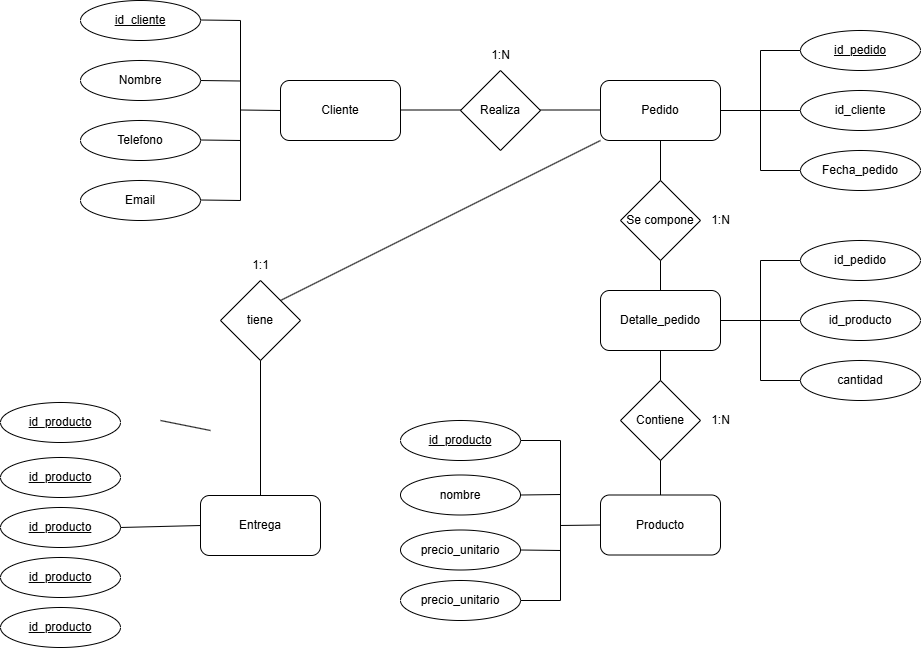
00luchoc/base-de-datos---Luciano-Alcaraz keeps this draw.io diagram as BASE DE DATOS--BY-Julieta---Luciano/imagenes/DER-JustBakes.drawio.png. Above is the earlier version. Source tidied: cells renumbered, new cells last; positions are measured from the earlier drawing's top-left corner, leaving out a move shared by most shapes.
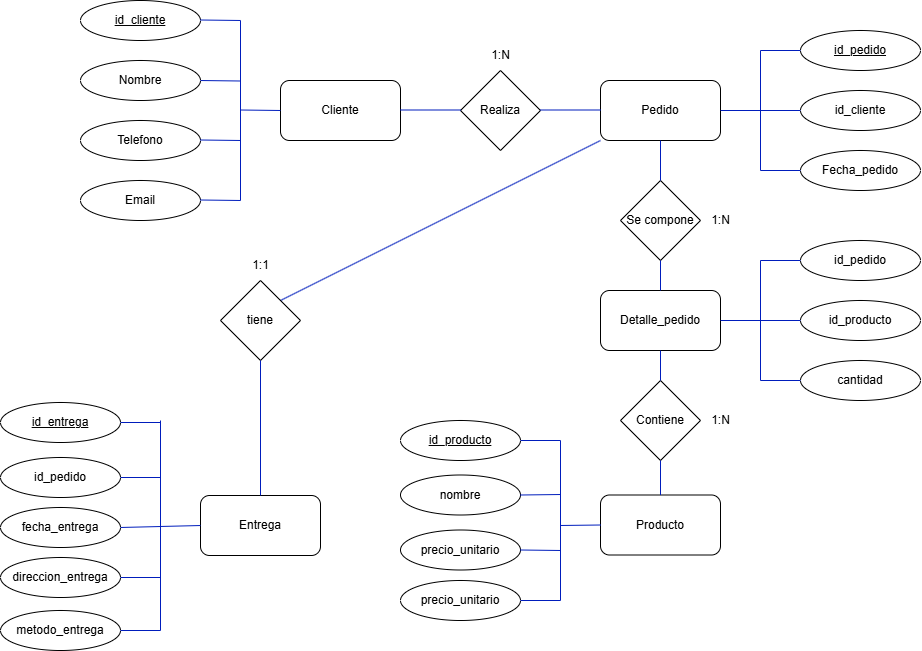
The same file after the commit.

Commit message:
Corregí el grafico DER

What changed in the source:
```diff
@@ -17,19 +17,19 @@
     <mxCell id="6" value="Realiza" style="rhombus;whiteSpace=wrap;html=1;" parent="1" vertex="1">
       <mxGeometry x="460" y="70" width="80" height="80" as="geometry" />
     </mxCell>
-    <mxCell id="7" style="endArrow=none;html=1;rounded=0;" parent="1" edge="1">
+    <mxCell id="7" style="endArrow=none;html=1;rounded=0;fillColor=#0050ef;strokeColor=#001DBC;" parent="1" edge="1">
       <mxGeometry relative="1" as="geometry">
         <mxPoint x="400" y="109.5" as="sourcePoint" />
         <mxPoint x="460" y="109.5" as="targetPoint" />
       </mxGeometry>
     </mxCell>
-    <mxCell id="8" style="endArrow=none;html=1;rounded=0;" parent="1" edge="1">
+    <mxCell id="8" style="endArrow=none;html=1;rounded=0;fillColor=#0050ef;strokeColor=#001DBC;" parent="1" edge="1">
       <mxGeometry relative="1" as="geometry">
         <mxPoint x="540" y="109.5" as="sourcePoint" />
         <mxPoint x="600" y="109.5" as="targetPoint" />
       </mxGeometry>
     </mxCell>
-    <mxCell id="9" value="1:N" style="text;html=1;align=center;verticalAlign=middle;strokeColor=none;fillColor=none;" parent="1" vertex="1">
+    <mxCell id="9" value="1:N" style="text;html=1;align=center;verticalAlign=middle;" parent="1" vertex="1">
       <mxGeometry x="480" y="40" width="40" height="30" as="geometry" />
     </mxCell>
     <mxCell id="10" value="&lt;u&gt;id_cliente&lt;/u&gt;" style="ellipse;whiteSpace=wrap;html=1;" parent="1" vertex="1">
@@ -44,37 +44,37 @@
     <mxCell id="13" value="Email" style="ellipse;whiteSpace=wrap;html=1;" parent="1" vertex="1">
       <mxGeometry x="80" y="180" width="120" height="40" as="geometry" />
     </mxCell>
-    <mxCell id="14" style="endArrow=none;html=1;rounded=0;" parent="1" edge="1">
+    <mxCell id="14" style="endArrow=none;html=1;rounded=0;fillColor=#0050ef;strokeColor=#001DBC;" parent="1" edge="1">
       <mxGeometry relative="1" as="geometry">
         <mxPoint x="200" y="199.5" as="sourcePoint" />
         <mxPoint x="240" y="200" as="targetPoint" />
       </mxGeometry>
     </mxCell>
-    <mxCell id="15" style="endArrow=none;html=1;rounded=0;" parent="1" edge="1">
+    <mxCell id="15" style="endArrow=none;html=1;rounded=0;fillColor=#0050ef;strokeColor=#001DBC;" parent="1" edge="1">
       <mxGeometry relative="1" as="geometry">
         <mxPoint x="200" y="139.5" as="sourcePoint" />
         <mxPoint x="240" y="140" as="targetPoint" />
       </mxGeometry>
     </mxCell>
-    <mxCell id="16" style="endArrow=none;html=1;rounded=0;" parent="1" edge="1">
+    <mxCell id="16" style="endArrow=none;html=1;rounded=0;fillColor=#0050ef;strokeColor=#001DBC;" parent="1" edge="1">
       <mxGeometry relative="1" as="geometry">
         <mxPoint x="200" y="80" as="sourcePoint" />
         <mxPoint x="240" y="80.5" as="targetPoint" />
       </mxGeometry>
     </mxCell>
-    <mxCell id="17" style="endArrow=none;html=1;rounded=0;" parent="1" edge="1">
+    <mxCell id="17" style="endArrow=none;html=1;rounded=0;fillColor=#0050ef;strokeColor=#001DBC;" parent="1" edge="1">
       <mxGeometry relative="1" as="geometry">
         <mxPoint x="200" y="19.5" as="sourcePoint" />
         <mxPoint x="240" y="20" as="targetPoint" />
       </mxGeometry>
     </mxCell>
-    <mxCell id="18" style="endArrow=none;html=1;rounded=0;" parent="1" edge="1">
+    <mxCell id="18" style="endArrow=none;html=1;rounded=0;fillColor=#0050ef;strokeColor=#001DBC;" parent="1" edge="1">
       <mxGeometry relative="1" as="geometry">
         <mxPoint x="240" y="109.5" as="sourcePoint" />
         <mxPoint x="280" y="110" as="targetPoint" />
       </mxGeometry>
     </mxCell>
-    <mxCell id="19" style="endArrow=none;html=1;rounded=0;" parent="1" edge="1">
+    <mxCell id="19" style="endArrow=none;html=1;rounded=0;fillColor=#0050ef;strokeColor=#001DBC;" parent="1" edge="1">
       <mxGeometry relative="1" as="geometry">
         <mxPoint x="240" y="200" as="sourcePoint" />
         <mxPoint x="240" y="20" as="targetPoint" />
@@ -89,29 +89,29 @@
     <mxCell id="22" value="Fecha_pedido" style="ellipse;whiteSpace=wrap;html=1;" parent="1" vertex="1">
       <mxGeometry x="800" y="150" width="120" height="40" as="geometry" />
     </mxCell>
-    <mxCell id="23" style="endArrow=none;html=1;rounded=0;entryX=0;entryY=0.5;entryDx=0;entryDy=0;" parent="1" edge="1" target="20">
+    <mxCell id="23" style="endArrow=none;html=1;rounded=0;entryX=0;entryY=0.5;entryDx=0;entryDy=0;fillColor=#0050ef;strokeColor=#001DBC;" parent="1" edge="1" target="20">
       <mxGeometry relative="1" as="geometry">
         <mxPoint x="720" y="110" as="sourcePoint" />
       </mxGeometry>
     </mxCell>
-    <mxCell id="24" style="endArrow=none;html=1;rounded=0;" parent="1" edge="1">
+    <mxCell id="24" style="endArrow=none;html=1;rounded=0;fillColor=#0050ef;strokeColor=#001DBC;" parent="1" edge="1">
       <mxGeometry relative="1" as="geometry">
         <mxPoint x="760" y="110" as="sourcePoint" />
         <mxPoint x="760" y="50" as="targetPoint" />
       </mxGeometry>
     </mxCell>
-    <mxCell id="25" style="endArrow=none;html=1;rounded=0;entryX=0;entryY=0.5;entryDx=0;entryDy=0;" parent="1" edge="1" target="21">
+    <mxCell id="25" style="endArrow=none;html=1;rounded=0;entryX=0;entryY=0.5;entryDx=0;entryDy=0;fillColor=#0050ef;strokeColor=#001DBC;" parent="1" edge="1" target="21">
       <mxGeometry relative="1" as="geometry">
         <mxPoint x="760" y="50" as="sourcePoint" />
       </mxGeometry>
     </mxCell>
-    <mxCell id="26" style="endArrow=none;html=1;rounded=0;" parent="1" edge="1">
+    <mxCell id="26" style="endArrow=none;html=1;rounded=0;fillColor=#0050ef;strokeColor=#001DBC;" parent="1" edge="1">
       <mxGeometry relative="1" as="geometry">
         <mxPoint x="760" y="170" as="sourcePoint" />
         <mxPoint x="760" y="110" as="targetPoint" />
       </mxGeometry>
     </mxCell>
-    <mxCell id="27" style="endArrow=none;html=1;rounded=0;exitX=0;exitY=0.5;exitDx=0;exitDy=0;" parent="1" edge="1" source="22">
+    <mxCell id="27" style="endArrow=none;html=1;rounded=0;exitX=0;exitY=0.5;exitDx=0;exitDy=0;fillColor=#0050ef;strokeColor=#001DBC;" parent="1" edge="1" source="22">
       <mxGeometry relative="1" as="geometry">
         <mxPoint x="760" y="170" as="targetPoint" />
       </mxGeometry>
@@ -125,22 +125,22 @@
     <mxCell id="30" value="Contiene" style="rhombus;whiteSpace=wrap;html=1;" parent="1" vertex="1">
       <mxGeometry x="620" y="380" width="80" height="80" as="geometry" />
     </mxCell>
-    <mxCell id="31" style="endArrow=none;html=1;rounded=0;entryX=0.5;entryY=1;entryDx=0;entryDy=0;exitX=0.5;exitY=0;exitDx=0;exitDy=0;" parent="1" edge="1" source="30" target="29">
+    <mxCell id="31" style="endArrow=none;html=1;rounded=0;entryX=0.5;entryY=1;entryDx=0;entryDy=0;exitX=0.5;exitY=0;exitDx=0;exitDy=0;fillColor=#0050ef;strokeColor=#001DBC;" parent="1" edge="1" source="30" target="29">
       <mxGeometry relative="1" as="geometry" />
     </mxCell>
-    <mxCell id="32" style="endArrow=none;html=1;rounded=0;entryX=0.5;entryY=0;entryDx=0;entryDy=0;exitX=0.5;exitY=1;exitDx=0;exitDy=0;" parent="1" edge="1" source="30" target="5">
+    <mxCell id="32" style="endArrow=none;html=1;rounded=0;entryX=0.5;entryY=0;entryDx=0;entryDy=0;exitX=0.5;exitY=1;exitDx=0;exitDy=0;fillColor=#0050ef;strokeColor=#001DBC;" parent="1" edge="1" source="30" target="5">
       <mxGeometry relative="1" as="geometry" />
     </mxCell>
-    <mxCell id="33" style="endArrow=none;html=1;rounded=0;entryX=0.5;entryY=1;entryDx=0;entryDy=0;exitX=0.5;exitY=0;exitDx=0;exitDy=0;" parent="1" edge="1" source="29" target="28">
+    <mxCell id="33" style="endArrow=none;html=1;rounded=0;entryX=0.5;entryY=1;entryDx=0;entryDy=0;exitX=0.5;exitY=0;exitDx=0;exitDy=0;fillColor=#0050ef;strokeColor=#001DBC;" parent="1" edge="1" source="29" target="28">
       <mxGeometry relative="1" as="geometry" />
     </mxCell>
-    <mxCell id="34" style="endArrow=none;html=1;rounded=0;entryX=0.5;entryY=1;entryDx=0;entryDy=0;exitX=0.5;exitY=0;exitDx=0;exitDy=0;" parent="1" edge="1" source="28" target="3">
+    <mxCell id="34" style="endArrow=none;html=1;rounded=0;entryX=0.5;entryY=1;entryDx=0;entryDy=0;exitX=0.5;exitY=0;exitDx=0;exitDy=0;fillColor=#0050ef;strokeColor=#001DBC;" parent="1" edge="1" source="28" target="3">
       <mxGeometry relative="1" as="geometry" />
     </mxCell>
-    <mxCell id="35" value="1:N" style="text;html=1;align=center;verticalAlign=middle;strokeColor=none;fillColor=none;" parent="1" vertex="1">
+    <mxCell id="35" value="1:N" style="text;html=1;align=center;verticalAlign=middle;" parent="1" vertex="1">
       <mxGeometry x="700" y="205" width="40" height="30" as="geometry" />
     </mxCell>
-    <mxCell id="36" value="1:N" style="text;html=1;align=center;verticalAlign=middle;strokeColor=none;fillColor=none;" parent="1" vertex="1">
+    <mxCell id="36" value="1:N" style="text;html=1;align=center;verticalAlign=middle;" parent="1" vertex="1">
       <mxGeometry x="700" y="405" width="40" height="30" as="geometry" />
     </mxCell>
     <mxCell id="37" value="id_producto" style="ellipse;whiteSpace=wrap;html=1;" parent="1" vertex="1">
@@ -152,21 +152,21 @@
     <mxCell id="39" value="cantidad" style="ellipse;whiteSpace=wrap;html=1;" parent="1" vertex="1">
       <mxGeometry x="800" y="360" width="120" height="40" as="geometry" />
     </mxCell>
-    <mxCell id="40" style="endArrow=none;html=1;rounded=0;entryX=0;entryY=0.5;entryDx=0;entryDy=0;exitX=1;exitY=0.5;exitDx=0;exitDy=0;" parent="1" edge="1" source="29" target="37">
+    <mxCell id="40" style="endArrow=none;html=1;rounded=0;entryX=0;entryY=0.5;entryDx=0;entryDy=0;exitX=1;exitY=0.5;exitDx=0;exitDy=0;fillColor=#0050ef;strokeColor=#001DBC;" parent="1" edge="1" source="29" target="37">
       <mxGeometry relative="1" as="geometry" />
     </mxCell>
-    <mxCell id="41" style="endArrow=none;html=1;rounded=0;entryX=0;entryY=0.5;entryDx=0;entryDy=0;" parent="1" edge="1" target="38">
+    <mxCell id="41" style="endArrow=none;html=1;rounded=0;entryX=0;entryY=0.5;entryDx=0;entryDy=0;fillColor=#0050ef;strokeColor=#001DBC;" parent="1" edge="1" target="38">
       <mxGeometry relative="1" as="geometry">
         <mxPoint x="760" y="260" as="sourcePoint" />
       </mxGeometry>
     </mxCell>
-    <mxCell id="42" style="endArrow=none;html=1;rounded=0;" parent="1" edge="1">
+    <mxCell id="42" style="endArrow=none;html=1;rounded=0;fillColor=#0050ef;strokeColor=#001DBC;" parent="1" edge="1">
       <mxGeometry relative="1" as="geometry">
         <mxPoint x="760" y="260" as="sourcePoint" />
         <mxPoint x="760" y="380" as="targetPoint" />
       </mxGeometry>
     </mxCell>
-    <mxCell id="43" style="endArrow=none;html=1;rounded=0;entryX=0;entryY=0.5;entryDx=0;entryDy=0;" parent="1" edge="1" target="39">
+    <mxCell id="43" style="endArrow=none;html=1;rounded=0;entryX=0;entryY=0.5;entryDx=0;entryDy=0;fillColor=#0050ef;strokeColor=#001DBC;" parent="1" edge="1" target="39">
       <mxGeometry relative="1" as="geometry">
         <mxPoint x="760" y="380" as="sourcePoint" />
       </mxGeometry>
@@ -180,28 +180,28 @@
     <mxCell id="46" value="precio_unitario" style="ellipse;whiteSpace=wrap;html=1;" parent="1" vertex="1">
       <mxGeometry x="400" y="529.5" width="120" height="40" as="geometry" />
     </mxCell>
-    <mxCell id="47" style="endArrow=none;html=1;rounded=0;entryX=1;entryY=0.5;entryDx=0;entryDy=0;" parent="1" edge="1" target="45">
+    <mxCell id="47" style="endArrow=none;html=1;rounded=0;entryX=1;entryY=0.5;entryDx=0;entryDy=0;fillColor=#0050ef;strokeColor=#001DBC;" parent="1" edge="1" target="45">
       <mxGeometry relative="1" as="geometry">
         <mxPoint x="560" y="440" as="sourcePoint" />
       </mxGeometry>
     </mxCell>
-    <mxCell id="48" style="endArrow=none;html=1;rounded=0;" parent="1" edge="1">
+    <mxCell id="48" style="endArrow=none;html=1;rounded=0;fillColor=#0050ef;strokeColor=#001DBC;" parent="1" edge="1">
       <mxGeometry relative="1" as="geometry">
         <mxPoint x="560" y="600" as="sourcePoint" />
         <mxPoint x="560" y="440" as="targetPoint" />
       </mxGeometry>
     </mxCell>
-    <mxCell id="49" style="endArrow=none;html=1;rounded=0;entryX=0;entryY=0.5;entryDx=0;entryDy=0;" parent="1" edge="1" target="5">
+    <mxCell id="49" style="endArrow=none;html=1;rounded=0;entryX=0;entryY=0.5;entryDx=0;entryDy=0;fillColor=#0050ef;strokeColor=#001DBC;" parent="1" edge="1" target="5">
       <mxGeometry relative="1" as="geometry">
         <mxPoint x="560" y="525" as="sourcePoint" />
       </mxGeometry>
     </mxCell>
-    <mxCell id="50" style="endArrow=none;html=1;rounded=0;entryX=1;entryY=0.5;entryDx=0;entryDy=0;" parent="1" edge="1" target="46">
+    <mxCell id="50" style="endArrow=none;html=1;rounded=0;entryX=1;entryY=0.5;entryDx=0;entryDy=0;fillColor=#0050ef;strokeColor=#001DBC;" parent="1" edge="1" target="46">
       <mxGeometry relative="1" as="geometry">
         <mxPoint x="560" y="550" as="sourcePoint" />
       </mxGeometry>
     </mxCell>
-    <mxCell id="51" style="endArrow=none;html=1;rounded=0;entryX=1;entryY=0.5;entryDx=0;entryDy=0;" parent="1" edge="1" target="44">
+    <mxCell id="51" style="endArrow=none;html=1;rounded=0;entryX=1;entryY=0.5;entryDx=0;entryDy=0;fillColor=#0050ef;strokeColor=#001DBC;" parent="1" edge="1" target="44">
       <mxGeometry relative="1" as="geometry">
         <mxPoint x="560" y="494" as="sourcePoint" />
       </mxGeometry>
@@ -209,46 +209,66 @@
     <mxCell id="52" value="precio_unitario" style="ellipse;whiteSpace=wrap;html=1;" parent="1" vertex="1">
       <mxGeometry x="400" y="580" width="120" height="40" as="geometry" />
     </mxCell>
-    <mxCell id="53" style="endArrow=none;html=1;rounded=0;entryX=1;entryY=0.5;entryDx=0;entryDy=0;" parent="1" edge="1" target="52">
+    <mxCell id="53" style="endArrow=none;html=1;rounded=0;entryX=1;entryY=0.5;entryDx=0;entryDy=0;fillColor=#0050ef;strokeColor=#001DBC;" parent="1" edge="1" target="52">
       <mxGeometry relative="1" as="geometry">
         <mxPoint x="560" y="600" as="sourcePoint" />
       </mxGeometry>
     </mxCell>
-    <mxCell id="54" style="endArrow=none;html=1;rounded=0;entryX=0;entryY=1;entryDx=0;entryDy=0;exitX=1;exitY=0;exitDx=0;exitDy=0;" parent="1" edge="1" source="55" target="3">
+    <mxCell id="54" style="endArrow=none;html=1;rounded=0;entryX=0;entryY=1;entryDx=0;entryDy=0;exitX=1;exitY=0;exitDx=0;exitDy=0;fillColor=#0050ef;strokeColor=#001DBC;" parent="1" edge="1" source="55" target="3">
       <mxGeometry relative="1" as="geometry" />
     </mxCell>
     <mxCell id="55" value="tiene" style="rhombus;whiteSpace=wrap;html=1;" parent="1" vertex="1">
       <mxGeometry x="220" y="280" width="80" height="80" as="geometry" />
     </mxCell>
-    <mxCell id="56" style="endArrow=none;html=1;rounded=0;entryX=0.5;entryY=1;entryDx=0;entryDy=0;exitX=0.5;exitY=0;exitDx=0;exitDy=0;" parent="1" edge="1" source="4" target="55">
+    <mxCell id="56" style="endArrow=none;html=1;rounded=0;entryX=0.5;entryY=1;entryDx=0;entryDy=0;exitX=0.5;exitY=0;exitDx=0;exitDy=0;fillColor=#0050ef;strokeColor=#001DBC;" parent="1" edge="1" source="4" target="55">
       <mxGeometry relative="1" as="geometry" />
     </mxCell>
-    <mxCell id="57" value="1:1" style="text;html=1;align=center;verticalAlign=middle;strokeColor=none;fillColor=none;rotation=0;" parent="1" vertex="1">
+    <mxCell id="57" value="1:1" style="text;html=1;align=center;verticalAlign=middle;rotation=0;" parent="1" vertex="1">
       <mxGeometry x="240" y="250" width="40" height="30" as="geometry" />
     </mxCell>
-    <mxCell id="58" value="&lt;u&gt;id_producto&lt;/u&gt;" style="ellipse;whiteSpace=wrap;html=1;" parent="1" vertex="1">
+    <mxCell id="58" value="direccion_entrega" style="ellipse;whiteSpace=wrap;html=1;" parent="1" vertex="1">
       <mxGeometry y="557" width="120" height="40" as="geometry" />
     </mxCell>
-    <mxCell id="59" value="&lt;u&gt;id_producto&lt;/u&gt;" style="ellipse;whiteSpace=wrap;html=1;" parent="1" vertex="1">
+    <mxCell id="59" value="fecha_entrega" style="ellipse;whiteSpace=wrap;html=1;" parent="1" vertex="1">
       <mxGeometry y="507" width="120" height="40" as="geometry" />
     </mxCell>
-    <mxCell id="60" value="&lt;u&gt;id_producto&lt;/u&gt;" style="ellipse;whiteSpace=wrap;html=1;" parent="1" vertex="1">
-      <mxGeometry y="607" width="120" height="40" as="geometry" />
+    <mxCell id="60" value="metodo_entrega" style="ellipse;whiteSpace=wrap;html=1;" parent="1" vertex="1">
+      <mxGeometry y="610" width="120" height="40" as="geometry" />
     </mxCell>
-    <mxCell id="61" value="&lt;u&gt;id_producto&lt;/u&gt;" style="ellipse;whiteSpace=wrap;html=1;" parent="1" vertex="1">
+    <mxCell id="61" value="id_pedido" style="ellipse;whiteSpace=wrap;html=1;" parent="1" vertex="1">
       <mxGeometry y="457" width="120" height="40" as="geometry" />
     </mxCell>
-    <mxCell id="62" value="&lt;u&gt;id_producto&lt;/u&gt;" style="ellipse;whiteSpace=wrap;html=1;" parent="1" vertex="1">
+    <mxCell id="62" value="&lt;u&gt;id_entrega&lt;/u&gt;" style="ellipse;whiteSpace=wrap;html=1;" parent="1" vertex="1">
       <mxGeometry y="402" width="120" height="40" as="geometry" />
     </mxCell>
-    <mxCell id="63" style="endArrow=none;html=1;rounded=0;entryX=1;entryY=0.5;entryDx=0;entryDy=0;exitX=0;exitY=0.5;exitDx=0;exitDy=0;" parent="1" edge="1" source="4" target="59">
+    <mxCell id="63" style="endArrow=none;html=1;rounded=0;entryX=1;entryY=0.5;entryDx=0;entryDy=0;exitX=0;exitY=0.5;exitDx=0;exitDy=0;fillColor=#0050ef;strokeColor=#001DBC;" parent="1" edge="1" source="4" target="59">
       <mxGeometry relative="1" as="geometry" />
     </mxCell>
-    <mxCell id="64" style="endArrow=none;html=1;rounded=0;" parent="1" edge="1">
+    <mxCell id="64" style="endArrow=none;html=1;rounded=0;fillColor=#0050ef;strokeColor=#001DBC;" parent="1" edge="1">
       <mxGeometry relative="1" as="geometry">
-        <mxPoint x="210" y="430" as="sourcePoint" />
+        <mxPoint x="160" y="630" as="sourcePoint" />
         <mxPoint x="160" y="420" as="targetPoint" />
       </mxGeometry>
     </mxCell>
+    <mxCell id="65" style="endArrow=none;html=1;rounded=0;entryX=1;entryY=0.5;entryDx=0;entryDy=0;fillColor=#0050ef;strokeColor=#001DBC;" parent="1" edge="1" target="62">
+      <mxGeometry relative="1" as="geometry">
+        <mxPoint x="160" y="422" as="sourcePoint" />
+      </mxGeometry>
+    </mxCell>
+    <mxCell id="66" style="endArrow=none;html=1;rounded=0;entryX=1;entryY=0.5;entryDx=0;entryDy=0;fillColor=#0050ef;strokeColor=#001DBC;" parent="1" edge="1" target="61">
+      <mxGeometry relative="1" as="geometry">
+        <mxPoint x="160" y="477" as="sourcePoint" />
+      </mxGeometry>
+    </mxCell>
+    <mxCell id="67" style="endArrow=none;html=1;rounded=0;entryX=1;entryY=0.5;entryDx=0;entryDy=0;fillColor=#0050ef;strokeColor=#001DBC;" parent="1" edge="1" target="60">
+      <mxGeometry relative="1" as="geometry">
+        <mxPoint x="160" y="630" as="sourcePoint" />
+      </mxGeometry>
+    </mxCell>
+    <mxCell id="68" style="endArrow=none;html=1;rounded=0;entryX=1;entryY=0.5;entryDx=0;entryDy=0;fillColor=#0050ef;strokeColor=#001DBC;" parent="1" edge="1" target="58">
+      <mxGeometry relative="1" as="geometry">
+        <mxPoint x="160" y="577" as="sourcePoint" />
+      </mxGeometry>
+    </mxCell>
   </root>
 </mxGraphModel>
```
